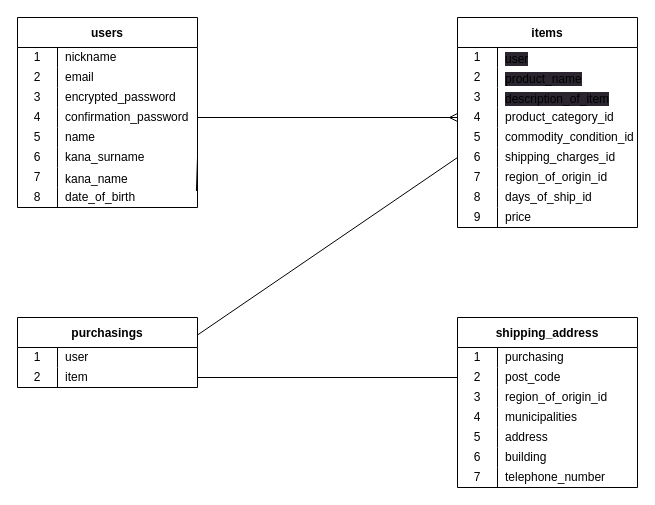
This is config/test.dio from masakazu-fujimoto/furima-39231, a draw.io file, before an edit. Source tidied: cells renumbered, new cells numbered last; positions are measured from the earlier drawing's top-left corner, leaving out a move shared by most shapes. Both pictures are drawn from the tidied source at 100%, with x=0, y=0 at pixel (17, 17).
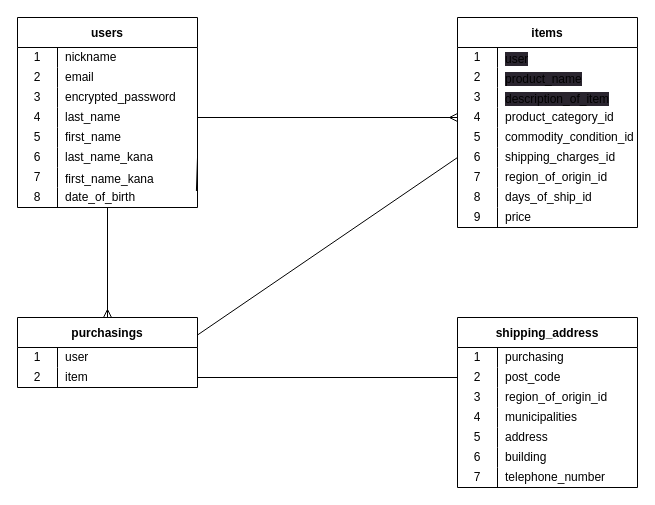
Above is the later version.

The change refers to these unchanged cells:
```xml
<mxCell id="2" value="users" style="shape=table;startSize=30;childLayout=tableLayout;rowLines=0;fontStyle=1;" parent="1" vertex="1">
  <mxGeometry width="180" height="190" as="geometry" />
</mxCell>
<mxCell id="12" style="shape=tableRow;horizontal=0;startSize=0;swimlaneHead=0;swimlaneBody=0;top=0;left=0;bottom=0;right=0;fillColor=none;points=[[0,0.5],[1,0.5]];portConstraint=eastwest;" parent="2" vertex="1">
  <mxGeometry y="90" width="180" height="20" as="geometry" />
</mxCell>
<mxCell id="15" style="shape=tableRow;horizontal=0;startSize=0;swimlaneHead=0;swimlaneBody=0;top=0;left=0;bottom=0;right=0;fillColor=none;" parent="2" vertex="1">
  <mxGeometry y="110" width="180" height="20" as="geometry" />
</mxCell>
<mxCell id="19" style="shape=tableRow;horizontal=0;startSize=0;swimlaneHead=0;swimlaneBody=0;top=0;left=0;bottom=0;right=0;fillColor=none;points=[[0,0.5],[1,0.5]];portConstraint=eastwest;" parent="2" vertex="1">
  <mxGeometry y="130" width="180" height="20" as="geometry" />
</mxCell>
<mxCell id="22" style="shape=tableRow;horizontal=0;startSize=0;swimlaneHead=0;swimlaneBody=0;top=0;left=0;bottom=0;right=0;fillColor=none;points=[[0,0.5],[1,0.5]];portConstraint=eastwest;" parent="2" vertex="1">
  <mxGeometry y="150" width="180" height="20" as="geometry" />
</mxCell>
<mxCell id="28" value="purchasings" style="shape=table;startSize=30;childLayout=tableLayout;rowLines=0;fontStyle=1;" parent="1" vertex="1">
  <mxGeometry y="300" width="180" height="70" as="geometry" />
</mxCell>
```

Change to the diagram source:
```diff
@@
+    <mxCell id="88" style="edgeStyle=none;html=1;entryX=0.5;entryY=0;entryDx=0;entryDy=0;endArrow=ERmany;endFill=0;" parent="1" edge="1" source="2" target="28">
+      <mxGeometry relative="1" as="geometry" />
+    </mxCell>
@@
-    <mxCell id="14" value="confirmation_password" style="shape=partialRectangle;html=1;whiteSpace=wrap;fillColor=none;top=0;left=0;bottom=0;right=0;align=left;spacingLeft=6;overflow=hidden;" parent="12" vertex="1">
+    <mxCell id="14" value="last_name" style="shape=partialRectangle;html=1;whiteSpace=wrap;fillColor=none;top=0;left=0;bottom=0;right=0;align=left;spacingLeft=6;overflow=hidden;" parent="12" vertex="1">
       <mxGeometry x="40" width="140" height="20" as="geometry" />
     </mxCell>
@@
-    <mxCell id="17" value="name" style="shape=partialRectangle;html=1;whiteSpace=wrap;fillColor=none;top=0;left=0;bottom=0;right=0;align=left;spacingLeft=6;overflow=hidden;" parent="15" vertex="1">
+    <mxCell id="17" value="first_name" style="shape=partialRectangle;html=1;whiteSpace=wrap;fillColor=none;top=0;left=0;bottom=0;right=0;align=left;spacingLeft=6;overflow=hidden;" parent="15" vertex="1">
       <mxGeometry x="40" width="140" height="20" as="geometry" />
     </mxCell>
@@
-    <mxCell id="21" value="kana_surname" style="shape=partialRectangle;html=1;whiteSpace=wrap;fillColor=none;top=0;left=0;bottom=0;right=0;align=left;spacingLeft=6;overflow=hidden;" parent="19" vertex="1">
+    <mxCell id="21" value="last_name_kana" style="shape=partialRectangle;html=1;whiteSpace=wrap;fillColor=none;top=0;left=0;bottom=0;right=0;align=left;spacingLeft=6;overflow=hidden;" parent="19" vertex="1">
       <mxGeometry x="40" width="140" height="20" as="geometry" />
     </mxCell>
@@
-    <mxCell id="24" value="&lt;div style=&quot;line-height: 18px;&quot;&gt;kana_name&lt;br&gt;&lt;/div&gt;" style="shape=partialRectangle;html=1;whiteSpace=wrap;fillColor=none;top=0;left=0;bottom=0;right=0;align=left;spacingLeft=6;overflow=hidden;" parent="22" vertex="1">
+    <mxCell id="24" value="&lt;div style=&quot;line-height: 18px;&quot;&gt;first_name_kana&lt;/div&gt;" style="shape=partialRectangle;html=1;whiteSpace=wrap;fillColor=none;top=0;left=0;bottom=0;right=0;align=left;spacingLeft=6;overflow=hidden;" parent="22" vertex="1">
       <mxGeometry x="40" width="140" height="20" as="geometry" />
     </mxCell>
```
